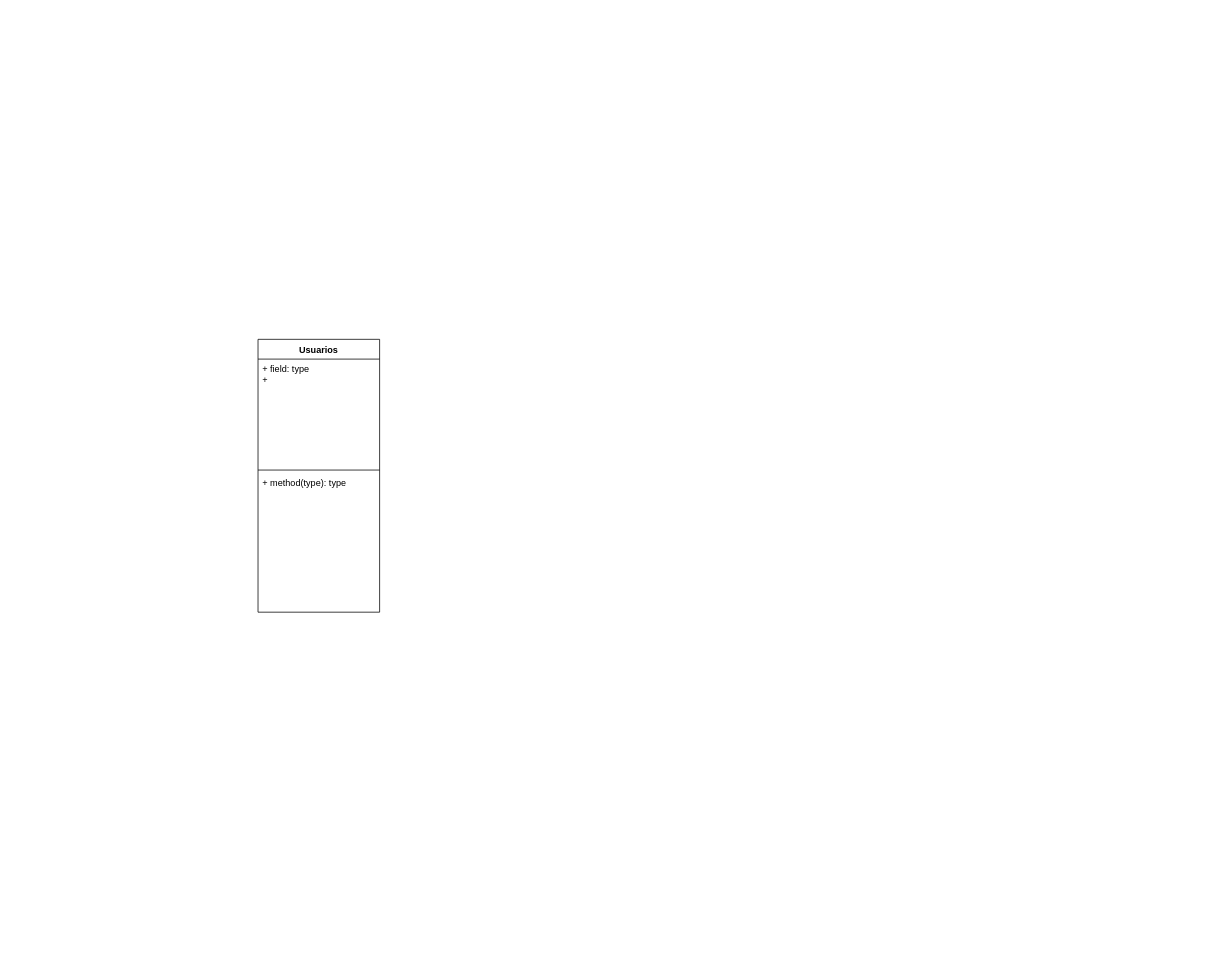
AlejandroMadrigalDev/Sistema_Gestion_Servicios_Tecnicos keeps this draw.io diagram as _docs/Trimestre_3/05_Diagrama_de_Clases/Diagrama_de_Clases.drawio. Above is the earlier version. Source tidied: cells renumbered, new cells numbered last; positions are measured from the earlier drawing's top-left corner, leaving out a move shared by most shapes. Both pictures are drawn from the tidied source at 76%, with x=0, y=0 at pixel (258, 339).
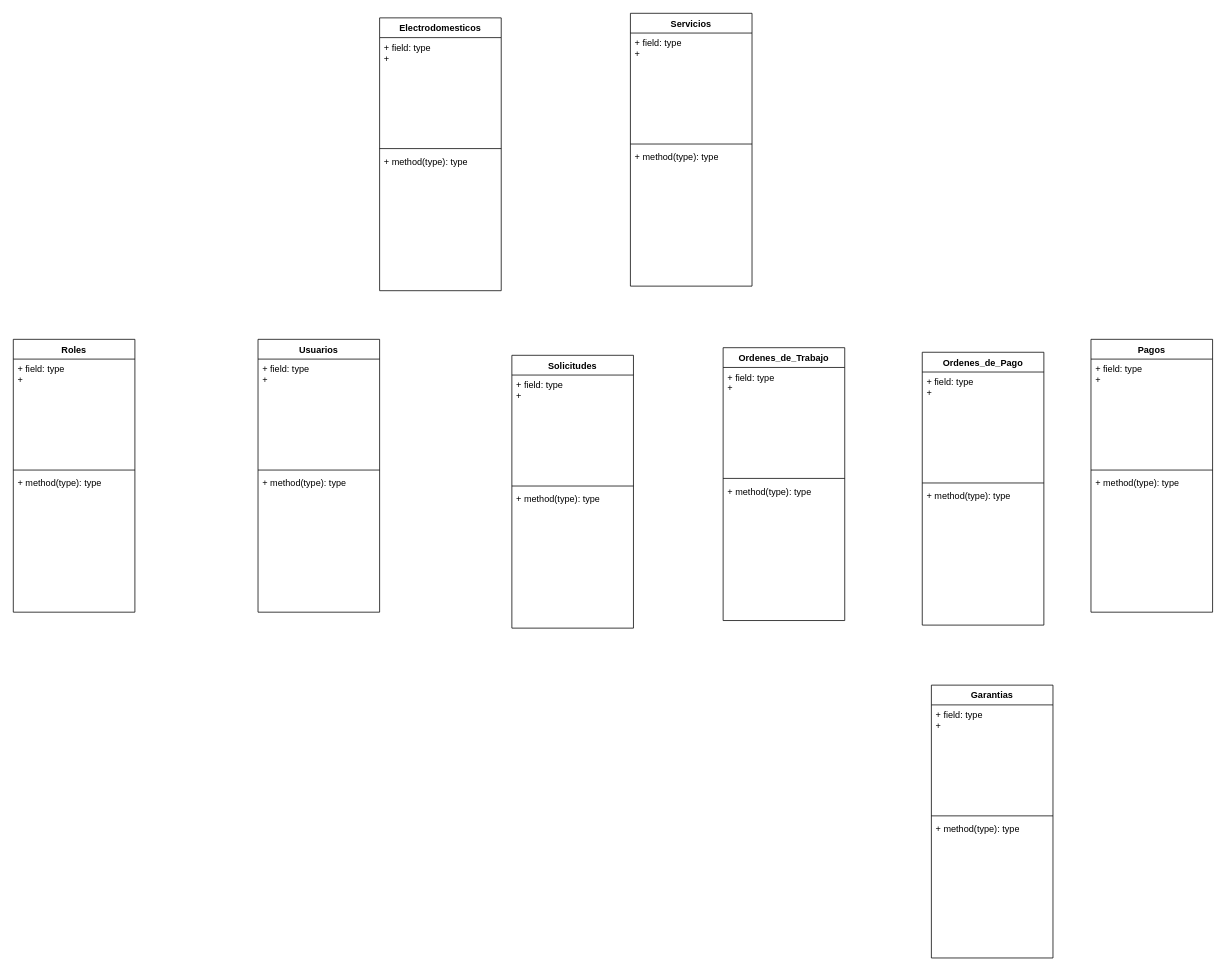
The same diagram, later.

Change to the diagram source:
```diff
@@
+    <mxCell id="6" value="Roles" style="swimlane;fontStyle=1;align=center;verticalAlign=top;horizontal=1;startSize=26;whiteSpace=wrap;html=1;" parent="1" vertex="1">
+      <mxGeometry x="-322" width="160" height="359" as="geometry" />
+    </mxCell>
+    <mxCell id="7" value="+ field: type&lt;div&gt;+&amp;nbsp;&lt;/div&gt;" style="text;strokeColor=none;fillColor=none;align=left;verticalAlign=top;spacingLeft=4;spacingRight=4;overflow=hidden;whiteSpace=wrap;html=1;" parent="6" vertex="1">
+      <mxGeometry y="26" width="160" height="142" as="geometry" />
+    </mxCell>
+    <mxCell id="8" style="line;strokeWidth=1;fillColor=none;align=left;verticalAlign=middle;spacingTop=-1;spacingLeft=3;spacingRight=3;labelPosition=right;strokeColor=inherit;" parent="6" vertex="1">
+      <mxGeometry y="168" width="160" height="8" as="geometry" />
+    </mxCell>
+    <mxCell id="9" value="+ method(type): type" style="text;strokeColor=none;fillColor=none;align=left;verticalAlign=top;spacingLeft=4;spacingRight=4;overflow=hidden;whiteSpace=wrap;html=1;" parent="6" vertex="1">
+      <mxGeometry y="176" width="160" height="183" as="geometry" />
+    </mxCell>
+    <mxCell id="10" value="Electrodomesticos" style="swimlane;fontStyle=1;align=center;verticalAlign=top;horizontal=1;startSize=26;whiteSpace=wrap;html=1;" parent="1" vertex="1">
+      <mxGeometry x="160" y="-423" width="160" height="359" as="geometry" />
+    </mxCell>
+    <mxCell id="11" value="+ field: type&lt;div&gt;+&amp;nbsp;&lt;/div&gt;" style="text;strokeColor=none;fillColor=none;align=left;verticalAlign=top;spacingLeft=4;spacingRight=4;overflow=hidden;whiteSpace=wrap;html=1;" parent="10" vertex="1">
+      <mxGeometry y="26" width="160" height="142" as="geometry" />
+    </mxCell>
+    <mxCell id="12" style="line;strokeWidth=1;fillColor=none;align=left;verticalAlign=middle;spacingTop=-1;spacingLeft=3;spacingRight=3;labelPosition=right;strokeColor=inherit;" parent="10" vertex="1">
+      <mxGeometry y="168" width="160" height="8" as="geometry" />
+    </mxCell>
+    <mxCell id="13" value="+ method(type): type" style="text;strokeColor=none;fillColor=none;align=left;verticalAlign=top;spacingLeft=4;spacingRight=4;overflow=hidden;whiteSpace=wrap;html=1;" parent="10" vertex="1">
+      <mxGeometry y="176" width="160" height="183" as="geometry" />
+    </mxCell>
+    <mxCell id="14" value="Servicios" style="swimlane;fontStyle=1;align=center;verticalAlign=top;horizontal=1;startSize=26;whiteSpace=wrap;html=1;" parent="1" vertex="1">
+      <mxGeometry x="490" y="-429" width="160" height="359" as="geometry" />
+    </mxCell>
+    <mxCell id="15" value="+ field: type&lt;div&gt;+&amp;nbsp;&lt;/div&gt;" style="text;strokeColor=none;fillColor=none;align=left;verticalAlign=top;spacingLeft=4;spacingRight=4;overflow=hidden;whiteSpace=wrap;html=1;" parent="14" vertex="1">
+      <mxGeometry y="26" width="160" height="142" as="geometry" />
+    </mxCell>
+    <mxCell id="16" style="line;strokeWidth=1;fillColor=none;align=left;verticalAlign=middle;spacingTop=-1;spacingLeft=3;spacingRight=3;labelPosition=right;strokeColor=inherit;" parent="14" vertex="1">
+      <mxGeometry y="168" width="160" height="8" as="geometry" />
+    </mxCell>
+    <mxCell id="17" value="+ method(type): type" style="text;strokeColor=none;fillColor=none;align=left;verticalAlign=top;spacingLeft=4;spacingRight=4;overflow=hidden;whiteSpace=wrap;html=1;" parent="14" vertex="1">
+      <mxGeometry y="176" width="160" height="183" as="geometry" />
+    </mxCell>
+    <mxCell id="18" value="Solicitudes" style="swimlane;fontStyle=1;align=center;verticalAlign=top;horizontal=1;startSize=26;whiteSpace=wrap;html=1;" parent="1" vertex="1">
+      <mxGeometry x="334" y="21" width="160" height="359" as="geometry" />
+    </mxCell>
+    <mxCell id="19" value="+ field: type&lt;div&gt;+&amp;nbsp;&lt;/div&gt;" style="text;strokeColor=none;fillColor=none;align=left;verticalAlign=top;spacingLeft=4;spacingRight=4;overflow=hidden;whiteSpace=wrap;html=1;" parent="18" vertex="1">
+      <mxGeometry y="26" width="160" height="142" as="geometry" />
+    </mxCell>
+    <mxCell id="20" style="line;strokeWidth=1;fillColor=none;align=left;verticalAlign=middle;spacingTop=-1;spacingLeft=3;spacingRight=3;labelPosition=right;strokeColor=inherit;" parent="18" vertex="1">
+      <mxGeometry y="168" width="160" height="8" as="geometry" />
+    </mxCell>
+    <mxCell id="21" value="+ method(type): type" style="text;strokeColor=none;fillColor=none;align=left;verticalAlign=top;spacingLeft=4;spacingRight=4;overflow=hidden;whiteSpace=wrap;html=1;" parent="18" vertex="1">
+      <mxGeometry y="176" width="160" height="183" as="geometry" />
+    </mxCell>
+    <mxCell id="22" value="Ordenes_de_Trabajo" style="swimlane;fontStyle=1;align=center;verticalAlign=top;horizontal=1;startSize=26;whiteSpace=wrap;html=1;" parent="1" vertex="1">
+      <mxGeometry x="612" y="11" width="160" height="359" as="geometry" />
+    </mxCell>
+    <mxCell id="23" value="+ field: type&lt;div&gt;+&amp;nbsp;&lt;/div&gt;" style="text;strokeColor=none;fillColor=none;align=left;verticalAlign=top;spacingLeft=4;spacingRight=4;overflow=hidden;whiteSpace=wrap;html=1;" parent="22" vertex="1">
+      <mxGeometry y="26" width="160" height="142" as="geometry" />
+    </mxCell>
+    <mxCell id="24" style="line;strokeWidth=1;fillColor=none;align=left;verticalAlign=middle;spacingTop=-1;spacingLeft=3;spacingRight=3;labelPosition=right;strokeColor=inherit;" parent="22" vertex="1">
+      <mxGeometry y="168" width="160" height="8" as="geometry" />
+    </mxCell>
+    <mxCell id="25" value="+ method(type): type" style="text;strokeColor=none;fillColor=none;align=left;verticalAlign=top;spacingLeft=4;spacingRight=4;overflow=hidden;whiteSpace=wrap;html=1;" parent="22" vertex="1">
+      <mxGeometry y="176" width="160" height="183" as="geometry" />
+    </mxCell>
+    <mxCell id="26" value="Pagos" style="swimlane;fontStyle=1;align=center;verticalAlign=top;horizontal=1;startSize=26;whiteSpace=wrap;html=1;" parent="1" vertex="1">
+      <mxGeometry x="1096" width="160" height="359" as="geometry" />
+    </mxCell>
+    <mxCell id="27" value="+ field: type&lt;div&gt;+&amp;nbsp;&lt;/div&gt;" style="text;strokeColor=none;fillColor=none;align=left;verticalAlign=top;spacingLeft=4;spacingRight=4;overflow=hidden;whiteSpace=wrap;html=1;" parent="26" vertex="1">
+      <mxGeometry y="26" width="160" height="142" as="geometry" />
+    </mxCell>
+    <mxCell id="28" style="line;strokeWidth=1;fillColor=none;align=left;verticalAlign=middle;spacingTop=-1;spacingLeft=3;spacingRight=3;labelPosition=right;strokeColor=inherit;" parent="26" vertex="1">
+      <mxGeometry y="168" width="160" height="8" as="geometry" />
+    </mxCell>
+    <mxCell id="29" value="+ method(type): type" style="text;strokeColor=none;fillColor=none;align=left;verticalAlign=top;spacingLeft=4;spacingRight=4;overflow=hidden;whiteSpace=wrap;html=1;" parent="26" vertex="1">
+      <mxGeometry y="176" width="160" height="183" as="geometry" />
+    </mxCell>
+    <mxCell id="30" value="Ordenes_de_Pago" style="swimlane;fontStyle=1;align=center;verticalAlign=top;horizontal=1;startSize=26;whiteSpace=wrap;html=1;" parent="1" vertex="1">
+      <mxGeometry x="874" y="17" width="160" height="359" as="geometry" />
+    </mxCell>
+    <mxCell id="31" value="+ field: type&lt;div&gt;+&amp;nbsp;&lt;/div&gt;" style="text;strokeColor=none;fillColor=none;align=left;verticalAlign=top;spacingLeft=4;spacingRight=4;overflow=hidden;whiteSpace=wrap;html=1;" parent="30" vertex="1">
+      <mxGeometry y="26" width="160" height="142" as="geometry" />
+    </mxCell>
+    <mxCell id="32" style="line;strokeWidth=1;fillColor=none;align=left;verticalAlign=middle;spacingTop=-1;spacingLeft=3;spacingRight=3;labelPosition=right;strokeColor=inherit;" parent="30" vertex="1">
+      <mxGeometry y="168" width="160" height="8" as="geometry" />
+    </mxCell>
+    <mxCell id="33" value="+ method(type): type" style="text;strokeColor=none;fillColor=none;align=left;verticalAlign=top;spacingLeft=4;spacingRight=4;overflow=hidden;whiteSpace=wrap;html=1;" parent="30" vertex="1">
+      <mxGeometry y="176" width="160" height="183" as="geometry" />
+    </mxCell>
+    <mxCell id="34" value="Garantias" style="swimlane;fontStyle=1;align=center;verticalAlign=top;horizontal=1;startSize=26;whiteSpace=wrap;html=1;" parent="1" vertex="1">
+      <mxGeometry x="886" y="455" width="160" height="359" as="geometry" />
+    </mxCell>
+    <mxCell id="35" value="+ field: type&lt;div&gt;+&amp;nbsp;&lt;/div&gt;" style="text;strokeColor=none;fillColor=none;align=left;verticalAlign=top;spacingLeft=4;spacingRight=4;overflow=hidden;whiteSpace=wrap;html=1;" parent="34" vertex="1">
+      <mxGeometry y="26" width="160" height="142" as="geometry" />
+    </mxCell>
+    <mxCell id="36" style="line;strokeWidth=1;fillColor=none;align=left;verticalAlign=middle;spacingTop=-1;spacingLeft=3;spacingRight=3;labelPosition=right;strokeColor=inherit;" parent="34" vertex="1">
+      <mxGeometry y="168" width="160" height="8" as="geometry" />
+    </mxCell>
+    <mxCell id="37" value="+ method(type): type" style="text;strokeColor=none;fillColor=none;align=left;verticalAlign=top;spacingLeft=4;spacingRight=4;overflow=hidden;whiteSpace=wrap;html=1;" parent="34" vertex="1">
+      <mxGeometry y="176" width="160" height="183" as="geometry" />
+    </mxCell>
```
